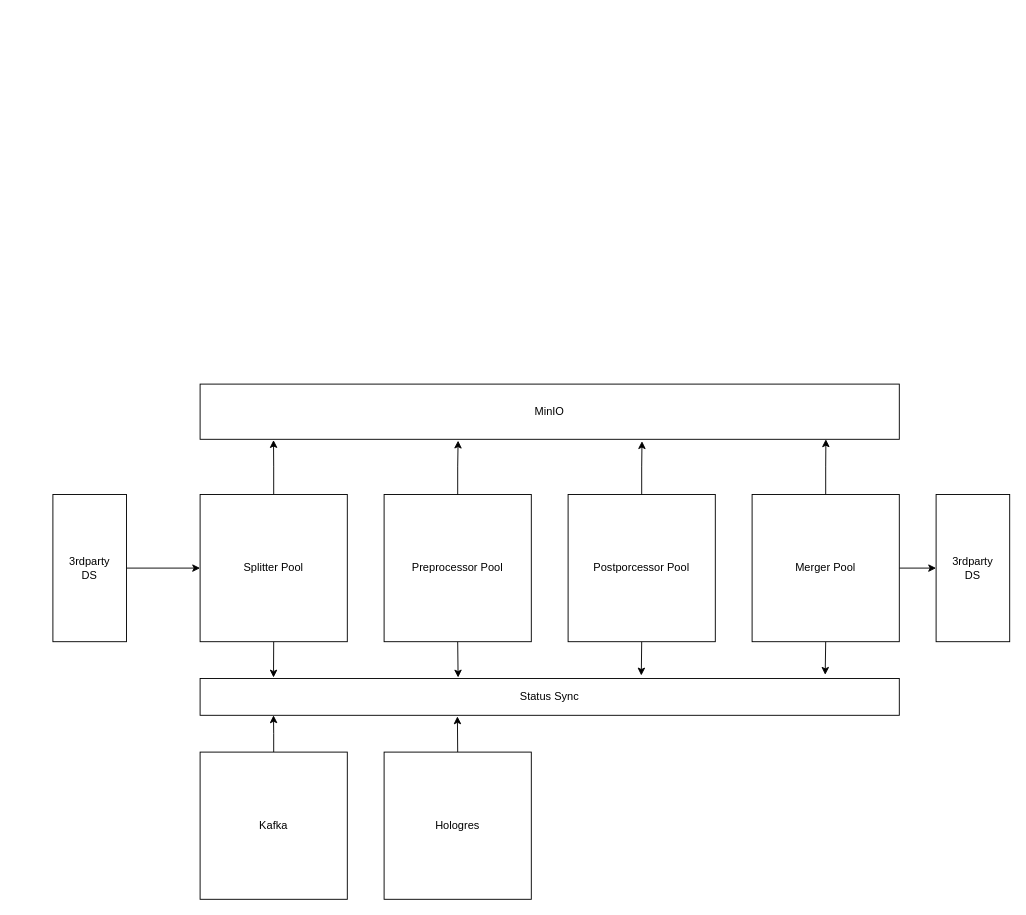
Earlier version of the draw.io diagram product/video_enhancement_platform.drawio (kleon1024/draw). Source tidied: cells renumbered, new cells numbered last; positions are measured from the earlier drawing's top-left corner, leaving out a move shared by most shapes. Both pictures are drawn from the tidied source at 92%, with x=0, y=0 at pixel (52, 384).
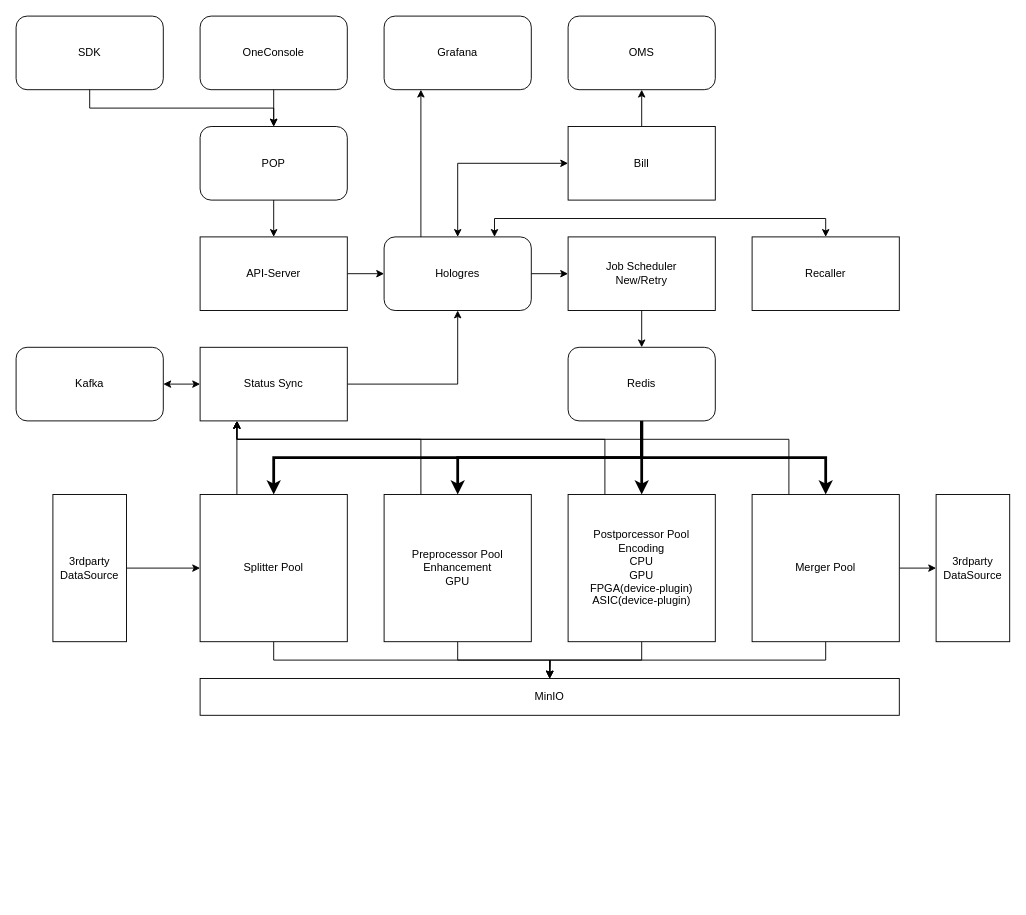
The same page after the edit.

The change refers to these unchanged cells:
```xml
<mxCell id="4" value="Splitter Pool" style="rounded=0;whiteSpace=wrap;html=1;" parent="1" vertex="1">
  <mxGeometry x="160" y="120" width="160" height="160" as="geometry" />
</mxCell>
<mxCell id="14" value="Merger Pool" style="rounded=0;whiteSpace=wrap;html=1;" parent="1" vertex="1">
  <mxGeometry x="760" y="120" width="160" height="160" as="geometry" />
</mxCell>
```

Diff of the diagram source:
```diff
@@
-    <mxCell id="2" style="edgeStyle=orthogonalEdgeStyle;rounded=0;jettySize=auto;html=1;exitX=0.5;exitY=0;exitDx=0;exitDy=0;entryX=0.105;entryY=1.014;entryDx=0;entryDy=0;entryPerimeter=0;" parent="1" edge="1" source="4" target="15">
+    <mxCell id="2" style="edgeStyle=orthogonalEdgeStyle;rounded=0;jettySize=auto;html=1;exitX=0.5;exitY=1;exitDx=0;exitDy=0;startArrow=none;startFill=0;strokeWidth=1;" parent="1" edge="1" source="4" target="15">
       <mxGeometry relative="1" as="geometry" />
     </mxCell>
-    <mxCell id="3" style="edgeStyle=orthogonalEdgeStyle;rounded=0;jettySize=auto;html=1;exitX=0.5;exitY=1;exitDx=0;exitDy=0;entryX=0.105;entryY=-0.027;entryDx=0;entryDy=0;entryPerimeter=0;" parent="1" edge="1" source="4" target="19">
-      <mxGeometry relative="1" as="geometry" />
-    </mxCell>
+    <mxCell id="24" style="edgeStyle=orthogonalEdgeStyle;rounded=0;jettySize=auto;html=1;exitX=0.25;exitY=0;exitDx=0;exitDy=0;entryX=0.25;entryY=1;entryDx=0;entryDy=0;startArrow=none;startFill=0;strokeWidth=1;" parent="1" edge="1" source="4" target="33">
+      <mxGeometry relative="1" as="geometry" />
+    </mxCell>
@@
-    <mxCell id="5" style="edgeStyle=orthogonalEdgeStyle;rounded=0;jettySize=auto;html=1;exitX=0.5;exitY=0;exitDx=0;exitDy=0;entryX=0.369;entryY=1.024;entryDx=0;entryDy=0;entryPerimeter=0;" parent="1" edge="1" source="7" target="15">
-      <mxGeometry relative="1" as="geometry" />
-    </mxCell>
-    <mxCell id="6" style="edgeStyle=orthogonalEdgeStyle;rounded=0;jettySize=auto;html=1;exitX=0.5;exitY=1;exitDx=0;exitDy=0;entryX=0.369;entryY=-0.027;entryDx=0;entryDy=0;entryPerimeter=0;" parent="1" edge="1" source="7" target="19">
-      <mxGeometry relative="1" as="geometry" />
-    </mxCell>
+    <mxCell id="25" style="edgeStyle=orthogonalEdgeStyle;rounded=0;jettySize=auto;html=1;exitX=0.5;exitY=1;exitDx=0;exitDy=0;startArrow=none;startFill=0;strokeWidth=1;" parent="1" edge="1" source="7">
+      <mxGeometry relative="1" as="geometry">
+        <mxPoint x="540" y="320" as="targetPoint" />
+      </mxGeometry>
+    </mxCell>
+    <mxCell id="26" style="edgeStyle=orthogonalEdgeStyle;rounded=0;jettySize=auto;html=1;exitX=0.25;exitY=0;exitDx=0;exitDy=0;entryX=0.25;entryY=1;entryDx=0;entryDy=0;startArrow=none;startFill=0;strokeWidth=1;" parent="1" edge="1" source="7" target="33">
+      <mxGeometry relative="1" as="geometry">
+        <Array as="points">
+          <mxPoint x="400" y="60" />
+          <mxPoint x="200" y="60" />
+        </Array>
+      </mxGeometry>
+    </mxCell>
-    <mxCell id="7" value="Preprocessor Pool" style="rounded=0;whiteSpace=wrap;html=1;" parent="1" vertex="1">
+    <mxCell id="7" value="Preprocessor Pool&lt;br&gt;Enhancement&lt;br&gt;GPU" style="rounded=0;whiteSpace=wrap;html=1;" parent="1" vertex="1">
       <mxGeometry x="360" y="120" width="160" height="160" as="geometry" />
     </mxCell>
-    <mxCell id="8" style="edgeStyle=orthogonalEdgeStyle;rounded=0;jettySize=auto;html=1;exitX=0.5;exitY=0;exitDx=0;exitDy=0;entryX=0.632;entryY=1.034;entryDx=0;entryDy=0;entryPerimeter=0;" parent="1" edge="1" source="10" target="15">
+    <mxCell id="8" style="edgeStyle=orthogonalEdgeStyle;rounded=0;jettySize=auto;html=1;exitX=0.5;exitY=1;exitDx=0;exitDy=0;entryX=0.5;entryY=0;entryDx=0;entryDy=0;startArrow=none;startFill=0;strokeWidth=1;" parent="1" edge="1" source="10" target="15">
       <mxGeometry relative="1" as="geometry" />
     </mxCell>
-    <mxCell id="9" style="edgeStyle=orthogonalEdgeStyle;rounded=0;jettySize=auto;html=1;exitX=0.5;exitY=1;exitDx=0;exitDy=0;entryX=0.631;entryY=-0.082;entryDx=0;entryDy=0;entryPerimeter=0;" parent="1" edge="1" source="10" target="19">
-      <mxGeometry relative="1" as="geometry" />
-    </mxCell>
+    <mxCell id="27" style="edgeStyle=orthogonalEdgeStyle;rounded=0;jettySize=auto;html=1;exitX=0.25;exitY=0;exitDx=0;exitDy=0;entryX=0.25;entryY=1;entryDx=0;entryDy=0;startArrow=none;startFill=0;strokeWidth=1;" parent="1" edge="1" source="10" target="33">
+      <mxGeometry relative="1" as="geometry">
+        <Array as="points">
+          <mxPoint x="600" y="60" />
+          <mxPoint x="200" y="60" />
+        </Array>
+      </mxGeometry>
+    </mxCell>
-    <mxCell id="10" value="Postporcessor&amp;nbsp;Pool" style="rounded=0;whiteSpace=wrap;html=1;" parent="1" vertex="1">
+    <mxCell id="10" value="Postporcessor&amp;nbsp;Pool&lt;br&gt;Encoding&lt;br&gt;CPU&lt;br&gt;GPU&lt;br&gt;FPGA(device-plugin)&lt;br&gt;ASIC(device-plugin)" style="rounded=0;whiteSpace=wrap;html=1;" parent="1" vertex="1">
       <mxGeometry x="560" y="120" width="160" height="160" as="geometry" />
     </mxCell>
-    <mxCell id="11" style="edgeStyle=orthogonalEdgeStyle;rounded=0;jettySize=auto;html=1;exitX=0.5;exitY=0;exitDx=0;exitDy=0;entryX=0.895;entryY=1;entryDx=0;entryDy=0;entryPerimeter=0;" parent="1" edge="1" source="14" target="15">
-      <mxGeometry relative="1" as="geometry" />
-    </mxCell>
@@
-    <mxCell id="13" style="edgeStyle=orthogonalEdgeStyle;rounded=0;jettySize=auto;html=1;exitX=0.5;exitY=1;exitDx=0;exitDy=0;entryX=0.894;entryY=-0.101;entryDx=0;entryDy=0;entryPerimeter=0;" parent="1" edge="1" source="14" target="19">
-      <mxGeometry relative="1" as="geometry" />
-    </mxCell>
+    <mxCell id="28" style="edgeStyle=orthogonalEdgeStyle;rounded=0;jettySize=auto;html=1;exitX=0.5;exitY=1;exitDx=0;exitDy=0;startArrow=none;startFill=0;strokeWidth=1;" parent="1" edge="1" source="14">
+      <mxGeometry relative="1" as="geometry">
+        <mxPoint x="540" y="320" as="targetPoint" />
+      </mxGeometry>
+    </mxCell>
+    <mxCell id="29" style="edgeStyle=orthogonalEdgeStyle;rounded=0;jettySize=auto;html=1;exitX=0.25;exitY=0;exitDx=0;exitDy=0;entryX=0.25;entryY=1;entryDx=0;entryDy=0;startArrow=none;startFill=0;strokeWidth=1;" parent="1" edge="1" source="14" target="33">
+      <mxGeometry relative="1" as="geometry">
+        <Array as="points">
+          <mxPoint x="800" y="60" />
+          <mxPoint x="200" y="60" />
+        </Array>
+      </mxGeometry>
+    </mxCell>
@@
     <mxCell id="15" value="MinIO" style="rounded=0;whiteSpace=wrap;html=1;" parent="1" vertex="1">
-      <mxGeometry x="160" width="760" height="60" as="geometry" />
+      <mxGeometry x="160" y="320" width="760" height="40" as="geometry" />
     </mxCell>
@@
-    <mxCell id="17" value="3rdparty&lt;br&gt;DS" style="rounded=0;whiteSpace=wrap;html=1;" parent="1" vertex="1">
+    <mxCell id="17" value="3rdparty&lt;br&gt;DataSource" style="rounded=0;whiteSpace=wrap;html=1;" parent="1" vertex="1">
       <mxGeometry y="120" width="80" height="160" as="geometry" />
     </mxCell>
-    <mxCell id="18" value="3rdparty&lt;br&gt;DS" style="rounded=0;whiteSpace=wrap;html=1;" parent="1" vertex="1">
+    <mxCell id="18" value="3rdparty&lt;br&gt;DataSource" style="rounded=0;whiteSpace=wrap;html=1;" parent="1" vertex="1">
       <mxGeometry x="960" y="120" width="80" height="160" as="geometry" />
     </mxCell>
+    <mxCell id="30" style="edgeStyle=orthogonalEdgeStyle;rounded=0;jettySize=auto;html=1;exitX=1;exitY=0.5;exitDx=0;exitDy=0;entryX=0;entryY=0.5;entryDx=0;entryDy=0;startArrow=none;startFill=0;strokeWidth=1;" parent="1" edge="1" source="19" target="23">
+      <mxGeometry relative="1" as="geometry" />
+    </mxCell>
-    <mxCell id="19" value="Status Sync" style="rounded=0;whiteSpace=wrap;html=1;" parent="1" vertex="1">
-      <mxGeometry x="160" y="320" width="760" height="40" as="geometry" />
+    <mxCell id="19" value="API-Server" style="rounded=0;whiteSpace=wrap;html=1;" parent="1" vertex="1">
+      <mxGeometry x="160" y="-160" width="160" height="80" as="geometry" />
     </mxCell>
-    <mxCell id="20" style="edgeStyle=orthogonalEdgeStyle;rounded=0;jettySize=auto;html=1;exitX=0.5;exitY=0;exitDx=0;exitDy=0;entryX=0.105;entryY=1;entryDx=0;entryDy=0;entryPerimeter=0;" parent="1" edge="1" source="21" target="19">
-      <mxGeometry relative="1" as="geometry" />
-    </mxCell>
+    <mxCell id="31" style="edgeStyle=orthogonalEdgeStyle;rounded=0;jettySize=auto;html=1;exitX=0;exitY=0.5;exitDx=0;exitDy=0;startArrow=classic;startFill=1;strokeWidth=1;" parent="1" edge="1" source="33" target="21">
+      <mxGeometry relative="1" as="geometry" />
+    </mxCell>
+    <mxCell id="32" style="edgeStyle=orthogonalEdgeStyle;rounded=0;jettySize=auto;html=1;exitX=1;exitY=0.5;exitDx=0;exitDy=0;entryX=0.5;entryY=1;entryDx=0;entryDy=0;startArrow=none;startFill=0;strokeWidth=1;" parent="1" edge="1" source="33" target="23">
+      <mxGeometry relative="1" as="geometry" />
+    </mxCell>
+    <mxCell id="33" value="Status Sync" style="rounded=0;whiteSpace=wrap;html=1;" parent="1" vertex="1">
+      <mxGeometry x="160" y="-40" width="160" height="80" as="geometry" />
+    </mxCell>
+    <mxCell id="34" style="edgeStyle=orthogonalEdgeStyle;rounded=0;jettySize=auto;html=1;exitX=0.5;exitY=1;exitDx=0;exitDy=0;entryX=0.5;entryY=0;entryDx=0;entryDy=0;startArrow=none;startFill=0;strokeWidth=1;" parent="1" edge="1" source="35" target="19">
+      <mxGeometry relative="1" as="geometry" />
+    </mxCell>
+    <mxCell id="35" value="POP" style="rounded=1;whiteSpace=wrap;html=1;fillColor=none;" parent="1" vertex="1">
+      <mxGeometry x="160" y="-280" width="160" height="80" as="geometry" />
+    </mxCell>
+    <mxCell id="36" style="edgeStyle=orthogonalEdgeStyle;rounded=0;jettySize=auto;html=1;exitX=1;exitY=0.5;exitDx=0;exitDy=0;startArrow=none;startFill=0;strokeWidth=1;" parent="1" edge="1" source="23" target="45">
+      <mxGeometry relative="1" as="geometry" />
+    </mxCell>
+    <mxCell id="37" style="edgeStyle=orthogonalEdgeStyle;rounded=0;jettySize=auto;html=1;exitX=0.75;exitY=0;exitDx=0;exitDy=0;entryX=0.5;entryY=0;entryDx=0;entryDy=0;startArrow=classic;startFill=1;strokeWidth=1;" parent="1" edge="1" source="23" target="51">
+      <mxGeometry relative="1" as="geometry" />
+    </mxCell>
+    <mxCell id="38" style="edgeStyle=orthogonalEdgeStyle;rounded=0;jettySize=auto;html=1;exitX=0.5;exitY=0;exitDx=0;exitDy=0;entryX=0;entryY=0.5;entryDx=0;entryDy=0;startArrow=classic;startFill=1;strokeWidth=1;" parent="1" edge="1" source="23" target="53">
+      <mxGeometry relative="1" as="geometry" />
+    </mxCell>
+    <mxCell id="39" style="edgeStyle=orthogonalEdgeStyle;rounded=0;jettySize=auto;html=1;exitX=0.25;exitY=0;exitDx=0;exitDy=0;entryX=0.25;entryY=1;entryDx=0;entryDy=0;startArrow=none;startFill=0;strokeWidth=1;" parent="1" edge="1" source="23" target="55">
+      <mxGeometry relative="1" as="geometry" />
+    </mxCell>
+    <mxCell id="23" value="Hologres" style="rounded=1;whiteSpace=wrap;html=1;fillColor=none;" parent="1" vertex="1">
+      <mxGeometry x="360" y="-160" width="160" height="80" as="geometry" />
+    </mxCell>
-    <mxCell id="21" value="Kafka" style="rounded=0;whiteSpace=wrap;html=1;" parent="1" vertex="1">
-      <mxGeometry x="160" y="400" width="160" height="160" as="geometry" />
+    <mxCell id="21" value="Kafka" style="rounded=1;whiteSpace=wrap;html=1;fillColor=none;" parent="1" vertex="1">
+      <mxGeometry x="-40" y="-40" width="160" height="80" as="geometry" />
     </mxCell>
-    <mxCell id="22" style="edgeStyle=orthogonalEdgeStyle;rounded=0;jettySize=auto;html=1;exitX=0.5;exitY=0;exitDx=0;exitDy=0;entryX=0.368;entryY=1.029;entryDx=0;entryDy=0;entryPerimeter=0;" parent="1" edge="1" source="23" target="19">
-      <mxGeometry relative="1" as="geometry" />
-    </mxCell>
-    <mxCell id="23" value="Hologres" style="rounded=0;whiteSpace=wrap;html=1;" parent="1" vertex="1">
-      <mxGeometry x="360" y="400" width="160" height="160" as="geometry" />
-    </mxCell>
+    <mxCell id="40" style="edgeStyle=orthogonalEdgeStyle;rounded=0;jettySize=auto;html=1;exitX=0.5;exitY=1;exitDx=0;exitDy=0;entryX=0.5;entryY=0;entryDx=0;entryDy=0;startArrow=none;startFill=0;strokeWidth=1;" parent="1" edge="1" source="41" target="35">
+      <mxGeometry relative="1" as="geometry" />
+    </mxCell>
+    <mxCell id="41" value="OneConsole" style="rounded=1;whiteSpace=wrap;html=1;fillColor=none;" parent="1" vertex="1">
+      <mxGeometry x="160" y="-400" width="160" height="80" as="geometry" />
+    </mxCell>
+    <mxCell id="42" style="edgeStyle=orthogonalEdgeStyle;rounded=0;jettySize=auto;html=1;exitX=0.5;exitY=1;exitDx=0;exitDy=0;startArrow=none;startFill=0;strokeWidth=1;" parent="1" edge="1" source="43" target="35">
+      <mxGeometry relative="1" as="geometry" />
+    </mxCell>
+    <mxCell id="43" value="SDK" style="rounded=1;whiteSpace=wrap;html=1;fillColor=none;" parent="1" vertex="1">
+      <mxGeometry x="-40" y="-400" width="160" height="80" as="geometry" />
+    </mxCell>
+    <mxCell id="44" style="edgeStyle=orthogonalEdgeStyle;rounded=0;jettySize=auto;html=1;exitX=0.5;exitY=1;exitDx=0;exitDy=0;entryX=0.5;entryY=0;entryDx=0;entryDy=0;startArrow=none;startFill=0;strokeWidth=1;" parent="1" edge="1" source="45" target="50">
+      <mxGeometry relative="1" as="geometry" />
+    </mxCell>
+    <mxCell id="45" value="Job Scheduler&lt;br&gt;New/Retry" style="rounded=0;whiteSpace=wrap;html=1;" parent="1" vertex="1">
+      <mxGeometry x="560" y="-160" width="160" height="80" as="geometry" />
+    </mxCell>
+    <mxCell id="46" style="edgeStyle=orthogonalEdgeStyle;rounded=0;jettySize=auto;html=1;exitX=0.5;exitY=1;exitDx=0;exitDy=0;startArrow=none;startFill=0;strokeWidth=3;" parent="1" edge="1" source="50" target="4">
+      <mxGeometry relative="1" as="geometry" />
+    </mxCell>
+    <mxCell id="47" style="edgeStyle=orthogonalEdgeStyle;rounded=0;jettySize=auto;html=1;exitX=0.5;exitY=1;exitDx=0;exitDy=0;entryX=0.5;entryY=0;entryDx=0;entryDy=0;startArrow=none;startFill=0;strokeWidth=3;" parent="1" edge="1" source="50" target="7">
+      <mxGeometry relative="1" as="geometry" />
+    </mxCell>
+    <mxCell id="48" style="edgeStyle=orthogonalEdgeStyle;rounded=0;jettySize=auto;html=1;exitX=0.5;exitY=1;exitDx=0;exitDy=0;entryX=0.5;entryY=0;entryDx=0;entryDy=0;startArrow=none;startFill=0;strokeWidth=3;" parent="1" edge="1" source="50" target="10">
+      <mxGeometry relative="1" as="geometry" />
+    </mxCell>
+    <mxCell id="49" style="edgeStyle=orthogonalEdgeStyle;rounded=0;jettySize=auto;html=1;exitX=0.5;exitY=1;exitDx=0;exitDy=0;startArrow=none;startFill=0;strokeWidth=3;" parent="1" edge="1" source="50" target="14">
+      <mxGeometry relative="1" as="geometry" />
+    </mxCell>
+    <mxCell id="50" value="Redis" style="rounded=1;whiteSpace=wrap;html=1;fillColor=none;" parent="1" vertex="1">
+      <mxGeometry x="560" y="-40" width="160" height="80" as="geometry" />
+    </mxCell>
+    <mxCell id="51" value="Recaller" style="rounded=0;whiteSpace=wrap;html=1;" parent="1" vertex="1">
+      <mxGeometry x="760" y="-160" width="160" height="80" as="geometry" />
+    </mxCell>
+    <mxCell id="52" style="edgeStyle=orthogonalEdgeStyle;rounded=0;jettySize=auto;html=1;exitX=0.5;exitY=0;exitDx=0;exitDy=0;entryX=0.5;entryY=1;entryDx=0;entryDy=0;startArrow=none;startFill=0;strokeWidth=1;" parent="1" edge="1" source="53" target="54">
+      <mxGeometry relative="1" as="geometry" />
+    </mxCell>
+    <mxCell id="53" value="Bill" style="rounded=0;whiteSpace=wrap;html=1;" parent="1" vertex="1">
+      <mxGeometry x="560" y="-280" width="160" height="80" as="geometry" />
+    </mxCell>
+    <mxCell id="54" value="OMS" style="rounded=1;whiteSpace=wrap;html=1;fillColor=none;" parent="1" vertex="1">
+      <mxGeometry x="560" y="-400" width="160" height="80" as="geometry" />
+    </mxCell>
+    <mxCell id="55" value="Grafana" style="rounded=1;whiteSpace=wrap;html=1;fillColor=none;" parent="1" vertex="1">
+      <mxGeometry x="360" y="-400" width="160" height="80" as="geometry" />
+    </mxCell>
```
